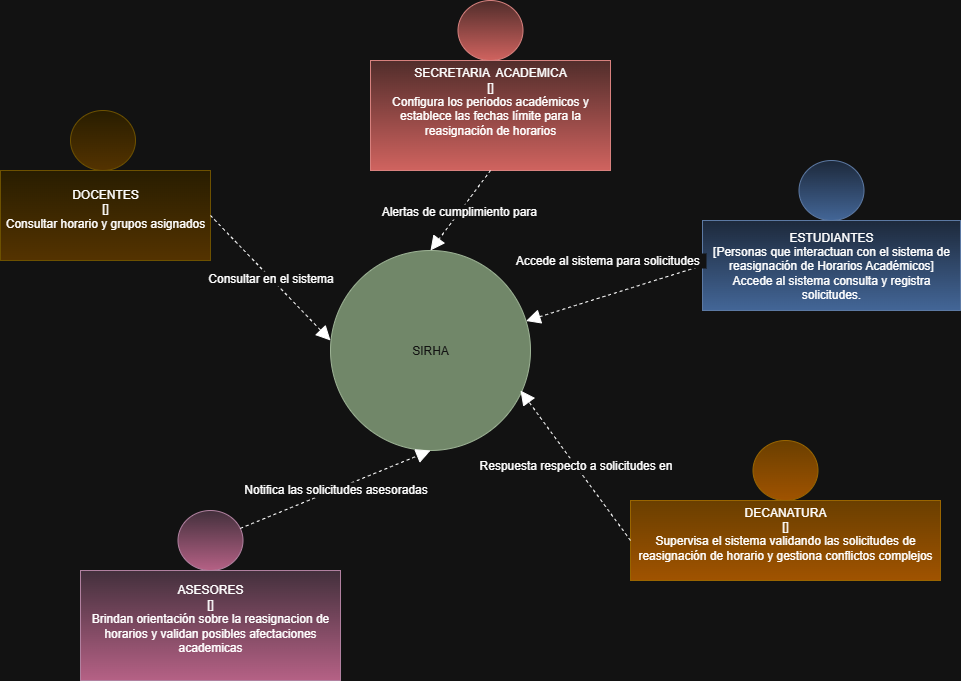
The draw.io diagram docs/uml/diagramaContexto.drawio.png in D1052023/PAWPATROL_BACK, before a commit. Source tidied: cells renumbered, new cells last; positions are measured from the earlier drawing's top-left corner, leaving out a move shared by most shapes.
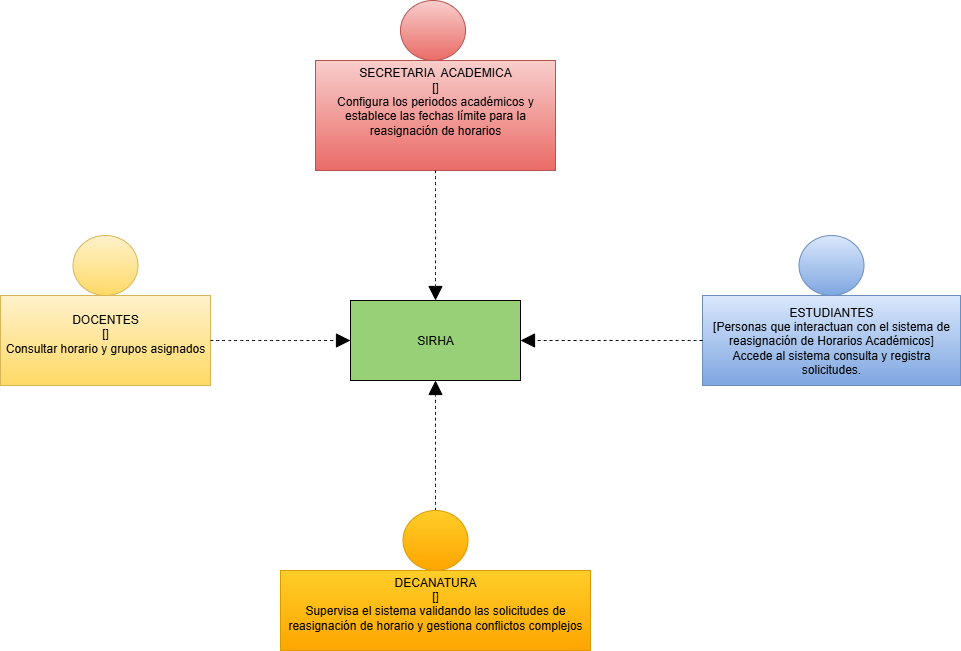
After the change.

The edit, as a diff of the source:
```diff
@@ -2,56 +2,46 @@
   <root>
     <mxCell id="0" />
     <mxCell id="1" parent="0" />
-    <mxCell id="2" value="SIRHA" style="ellipse;whiteSpace=wrap;html=1;fillColor=#6d8764;strokeColor=#3A5431;fontColor=#ffffff;" parent="1" vertex="1">
-      <mxGeometry x="330" y="250" width="200" height="200" as="geometry" />
-    </mxCell>
     <mxCell id="3" value="ESTUDIANTES&lt;br&gt;&lt;div&gt;[Personas que interactuan con el sistema de reasignación de Horarios Académicos]&lt;/div&gt;&lt;div&gt;Accede al sistema consulta y registra solicitudes.&lt;/div&gt;" style="rounded=0;whiteSpace=wrap;html=1;fillColor=#dae8fc;strokeColor=#6c8ebf;gradientColor=#7ea6e0;" parent="1" vertex="1">
-      <mxGeometry x="702" y="220" width="258" height="90" as="geometry" />
+      <mxGeometry x="702" y="295" width="258" height="90" as="geometry" />
     </mxCell>
     <mxCell id="4" value="&lt;div&gt;DECANATURA&lt;/div&gt;&lt;div&gt;[]&lt;/div&gt;&lt;div&gt;Supervisa el sistema validando las solicitudes de reasignación de horario y gestiona conflictos complejos&lt;/div&gt;&lt;div&gt;&lt;br&gt;&lt;/div&gt;" style="rounded=0;whiteSpace=wrap;html=1;fillColor=#ffcd28;strokeColor=#d79b00;gradientColor=#ffa500;" parent="1" vertex="1">
-      <mxGeometry x="630" y="500" width="310" height="80" as="geometry" />
+      <mxGeometry x="280" y="570" width="310" height="80" as="geometry" />
     </mxCell>
-    <mxCell id="5" value="Accede al sistema para solicitudes&amp;nbsp;&amp;nbsp;" style="endArrow=block;endSize=12;dashed=1;html=1;rounded=0;fontSize=12;curved=1;endFill=1;exitX=0;exitY=0.5;exitDx=0;exitDy=0;" parent="1" edge="1" source="3" target="2">
+    <mxCell id="5" style="endArrow=block;endSize=12;dashed=1;html=1;rounded=0;fontSize=12;curved=1;endFill=1;exitX=0;exitY=0.5;exitDx=0;exitDy=0;entryX=1;entryY=0.5;entryDx=0;entryDy=0;" parent="1" edge="1" source="3" target="2">
       <mxGeometry x="-0.07" y="-32" relative="1" as="geometry" />
     </mxCell>
-    <mxCell id="6" value="Respuesta respecto a solicitudes en" style="endArrow=block;endSize=12;dashed=1;html=1;rounded=0;fontSize=12;curved=1;endFill=1;entryX=0.897;entryY=0.814;entryDx=0;entryDy=0;entryPerimeter=0;" parent="1" edge="1">
-      <mxGeometry relative="1" as="geometry">
-        <mxPoint x="630" y="540" as="sourcePoint" />
-        <mxPoint x="520" y="390" as="targetPoint" />
-      </mxGeometry>
+    <mxCell id="6" style="endArrow=block;endSize=12;dashed=1;html=1;rounded=0;fontSize=12;curved=1;endFill=1;entryX=0.5;entryY=1;entryDx=0;entryDy=0;exitX=0.5;exitY=0;exitDx=0;exitDy=0;" parent="1" edge="1" source="11" target="2">
+      <mxGeometry relative="1" as="geometry" />
     </mxCell>
     <mxCell id="7" style="ellipse;fillColor=#dae8fc;html=1;strokeColor=#6c8ebf;gradientColor=#7ea6e0;" parent="1" vertex="1">
-      <mxGeometry x="798.5" y="160" width="65" height="60" as="geometry" />
+      <mxGeometry x="798.5" y="235" width="65" height="60" as="geometry" />
     </mxCell>
-    <mxCell id="8" value="&lt;div&gt;ASESORES&lt;/div&gt;&lt;div&gt;[]&lt;/div&gt;&lt;div&gt;&lt;span style=&quot;background-color: transparent; color: light-dark(rgb(0, 0, 0), rgb(255, 255, 255));&quot;&gt;Brindan orientación&amp;nbsp;sobre la reasignacion de horarios y validan posibles afectaciones academicas&lt;/span&gt;&lt;/div&gt;&lt;div&gt;&lt;br&gt;&lt;/div&gt;" style="rounded=0;whiteSpace=wrap;html=1;fillColor=#e6d0de;strokeColor=#996185;gradientColor=#d5739d;" parent="1" vertex="1">
-      <mxGeometry x="80" y="570" width="260" height="110" as="geometry" />
-    </mxCell>
     <mxCell id="9" value="&lt;div&gt;DOCENTES&lt;/div&gt;&lt;div&gt;[]&lt;/div&gt;&lt;div&gt;Consultar horario y grupos asignados&lt;/div&gt;&lt;div&gt;&lt;br&gt;&lt;/div&gt;" style="rounded=0;whiteSpace=wrap;html=1;fillColor=#fff2cc;strokeColor=#d6b656;gradientColor=#ffd966;" parent="1" vertex="1">
-      <mxGeometry y="170" width="210" height="90" as="geometry" />
+      <mxGeometry y="295" width="210" height="90" as="geometry" />
     </mxCell>
     <mxCell id="10" value="&lt;div&gt;SECRETARIA&amp;nbsp; ACADEMICA&lt;/div&gt;&lt;div&gt;[]&lt;/div&gt;&lt;div&gt;Configura los periodos académicos y establece las fechas límite para la reasignación de horarios&lt;/div&gt;&lt;div&gt;&lt;br&gt;&lt;/div&gt;&lt;div&gt;&lt;br&gt;&lt;/div&gt;" style="rounded=0;whiteSpace=wrap;html=1;fillColor=#f8cecc;strokeColor=#b85450;gradientColor=#ea6b66;" parent="1" vertex="1">
-      <mxGeometry x="370" y="60" width="240" height="110" as="geometry" />
+      <mxGeometry x="315" y="60" width="240" height="110" as="geometry" />
     </mxCell>
     <mxCell id="11" style="ellipse;fillColor=#ffcd28;html=1;strokeColor=#d79b00;gradientColor=#ffa500;" parent="1" vertex="1">
-      <mxGeometry x="752.5" y="440" width="65" height="60" as="geometry" />
+      <mxGeometry x="402.5" y="510" width="65" height="60" as="geometry" />
     </mxCell>
-    <mxCell id="12" style="ellipse;fillColor=#e6d0de;html=1;strokeColor=#996185;gradientColor=#d5739d;" parent="1" vertex="1">
-      <mxGeometry x="177.5" y="510" width="65" height="60" as="geometry" />
-    </mxCell>
-    <mxCell id="13" value="Notifica las solicitudes asesoradas" style="endArrow=block;endSize=12;dashed=1;html=1;rounded=0;fontSize=12;curved=1;endFill=1;entryX=0.5;entryY=1;entryDx=0;entryDy=0;" parent="1" edge="1" source="12" target="2">
-      <mxGeometry relative="1" as="geometry" />
-    </mxCell>
-    <mxCell id="14" value="Consultar en el sistema" style="endArrow=block;endSize=12;dashed=1;html=1;rounded=0;fontSize=12;curved=1;endFill=1;entryX=0;entryY=0.45;entryDx=0;entryDy=0;exitX=1;exitY=0.5;exitDx=0;exitDy=0;entryPerimeter=0;" parent="1" edge="1" source="9" target="2">
-      <mxGeometry relative="1" as="geometry" />
+    <mxCell id="14" style="endArrow=block;endSize=12;dashed=1;html=1;rounded=0;fontSize=12;curved=1;endFill=1;entryX=0;entryY=0.5;entryDx=0;entryDy=0;exitX=1;exitY=0.5;exitDx=0;exitDy=0;" parent="1" edge="1" source="9" target="2">
+      <mxGeometry x="1" y="-187" relative="1" as="geometry">
+        <mxPoint x="185" y="51" as="offset" />
+      </mxGeometry>
     </mxCell>
-    <mxCell id="15" value="Alertas de cumplimiento para&amp;nbsp;" style="endArrow=block;endSize=12;dashed=1;html=1;rounded=0;fontSize=12;curved=1;endFill=1;entryX=0.5;entryY=0;entryDx=0;entryDy=0;exitX=0.5;exitY=1;exitDx=0;exitDy=0;" parent="1" edge="1" source="10" target="2">
+    <mxCell id="15" style="endArrow=block;endSize=12;dashed=1;html=1;rounded=0;fontSize=12;curved=1;endFill=1;entryX=0.5;entryY=0;entryDx=0;entryDy=0;exitX=0.5;exitY=1;exitDx=0;exitDy=0;" parent="1" edge="1" source="10" target="2">
       <mxGeometry relative="1" as="geometry" />
     </mxCell>
     <mxCell id="16" style="ellipse;fillColor=#fff2cc;html=1;strokeColor=#d6b656;gradientColor=#ffd966;" parent="1" vertex="1">
-      <mxGeometry x="70" y="110" width="65" height="60" as="geometry" />
+      <mxGeometry x="72.5" y="235" width="65" height="60" as="geometry" />
     </mxCell>
     <mxCell id="17" style="ellipse;fillColor=#f8cecc;html=1;strokeColor=#b85450;gradientColor=#ea6b66;" parent="1" vertex="1">
-      <mxGeometry x="457.5" width="65" height="60" as="geometry" />
+      <mxGeometry x="400" width="65" height="60" as="geometry" />
     </mxCell>
+    <mxCell id="2" value="SIRHA" style="rounded=0;whiteSpace=wrap;html=1;fillColor=light-dark(#97D077,#FF33DD);" parent="1" vertex="1">
+      <mxGeometry x="350" y="300" width="170" height="80" as="geometry" />
+    </mxCell>
   </root>
 </mxGraphModel>
```
